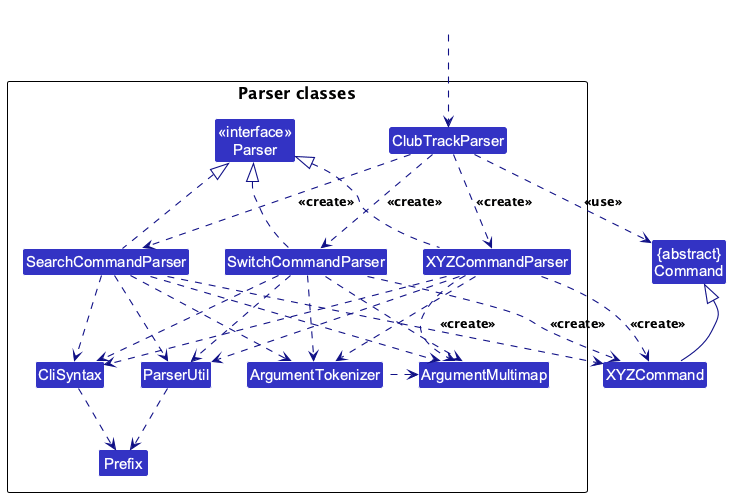
The PlantUML diagram docs/diagrams/ParserClassDiagram.png in javierchuaby/tp, before a commit. Source of this version:
```plantuml
@startuml
!include style.puml
skinparam arrowThickness 1.1
skinparam arrowColor LOGIC_COLOR_T4
skinparam classBackgroundColor LOGIC_COLOR

Class "{abstract}\nCommand" as Command
Class XYZCommand

package "Parser classes"{
Class "<<interface>>\nParser" as Parser
Class ClubTrackParser
Class XYZCommandParser
Class SearchCommandParser
Class SwitchCommandParser
Class CliSyntax
Class ParserUtil
Class ArgumentMultimap
Class ArgumentTokenizer
Class Prefix
}

Class HiddenOutside #FFFFFF
HiddenOutside ..> ClubTrackParser

ClubTrackParser .down.> XYZCommandParser: <<create>>
ClubTrackParser .down.> SearchCommandParser: <<create>>
ClubTrackParser .down.> SwitchCommandParser: <<create>>

XYZCommandParser ..> XYZCommand : <<create>>
SearchCommandParser ..> XYZCommand : <<create>>
SwitchCommandParser ..> XYZCommand : <<create>>

ClubTrackParser ..> Command : <<use>>
XYZCommandParser .up.|> Parser
SearchCommandParser .up.|> Parser
SwitchCommandParser .up.|> Parser

XYZCommandParser ..> ArgumentMultimap
XYZCommandParser ..> ArgumentTokenizer
XYZCommandParser ..> CliSyntax
XYZCommandParser ..> ParserUtil

SearchCommandParser ..> ArgumentMultimap
SearchCommandParser ..> ArgumentTokenizer
SearchCommandParser ..> CliSyntax
SearchCommandParser ..> ParserUtil

SwitchCommandParser ..> ArgumentMultimap
SwitchCommandParser ..> ArgumentTokenizer
SwitchCommandParser ..> CliSyntax
SwitchCommandParser ..> ParserUtil

ArgumentTokenizer .left.> ArgumentMultimap
CliSyntax ..> Prefix
ParserUtil .down.> Prefix

XYZCommand -up-|> Command
@enduml
```
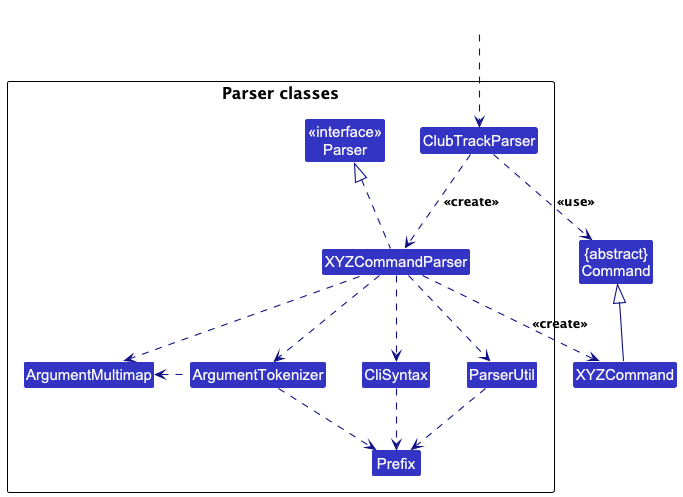
The same diagram one commit later.

Commit message:
Reverted parser diagram

The edit, as a diff of the source:
```diff
@@ -11,8 +11,6 @@
 Class "<<interface>>\nParser" as Parser
 Class ClubTrackParser
 Class XYZCommandParser
-Class SearchCommandParser
-Class SwitchCommandParser
 Class CliSyntax
 Class ParserUtil
 Class ArgumentMultimap
@@ -24,34 +22,19 @@
 HiddenOutside ..> ClubTrackParser
 
 ClubTrackParser .down.> XYZCommandParser: <<create>>
-ClubTrackParser .down.> SearchCommandParser: <<create>>
-ClubTrackParser .down.> SwitchCommandParser: <<create>>
 
 XYZCommandParser ..> XYZCommand : <<create>>
-SearchCommandParser ..> XYZCommand : <<create>>
-SwitchCommandParser ..> XYZCommand : <<create>>
 
 ClubTrackParser ..> Command : <<use>>
 XYZCommandParser .up.|> Parser
-SearchCommandParser .up.|> Parser
-SwitchCommandParser .up.|> Parser
 
 XYZCommandParser ..> ArgumentMultimap
 XYZCommandParser ..> ArgumentTokenizer
 XYZCommandParser ..> CliSyntax
 XYZCommandParser ..> ParserUtil
 
-SearchCommandParser ..> ArgumentMultimap
-SearchCommandParser ..> ArgumentTokenizer
-SearchCommandParser ..> CliSyntax
-SearchCommandParser ..> ParserUtil
-
-SwitchCommandParser ..> ArgumentMultimap
-SwitchCommandParser ..> ArgumentTokenizer
-SwitchCommandParser ..> CliSyntax
-SwitchCommandParser ..> ParserUtil
-
 ArgumentTokenizer .left.> ArgumentMultimap
+ArgumentTokenizer ..> Prefix
 CliSyntax ..> Prefix
 ParserUtil .down.> Prefix
 
```
